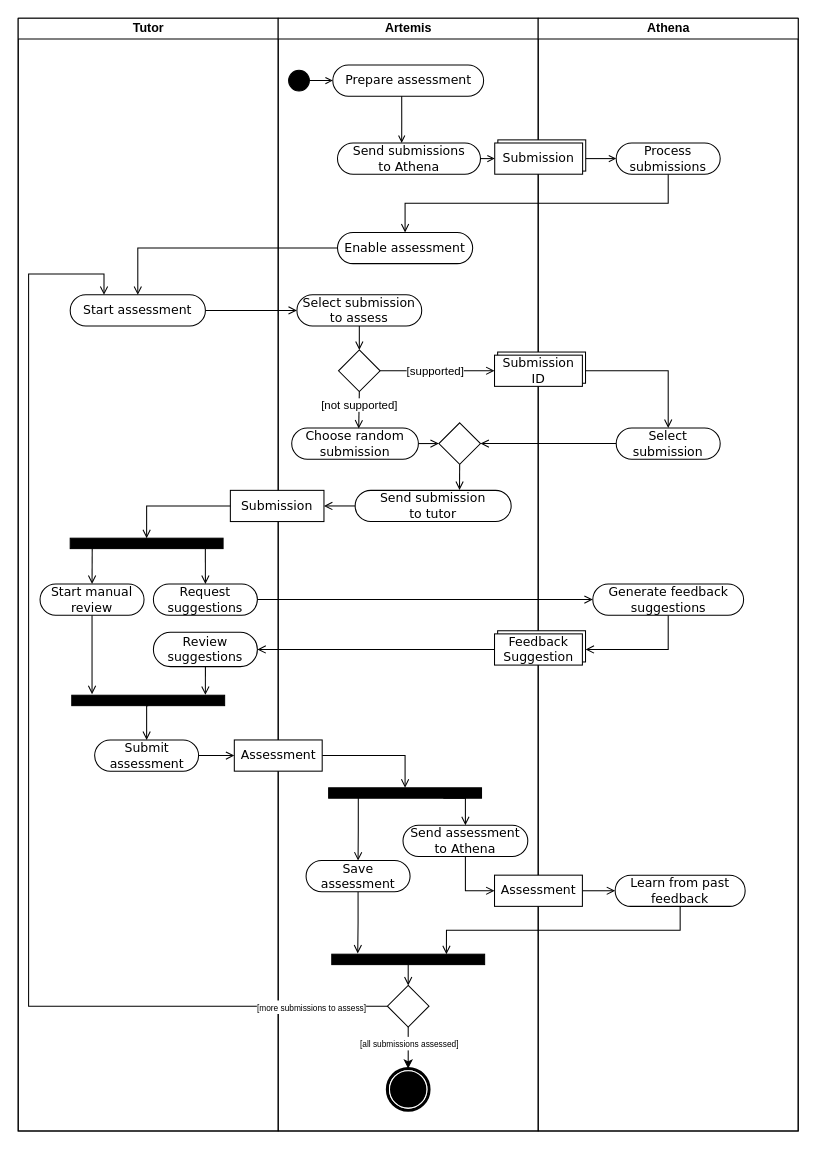
Earlier version of the draw.io diagram page "full" (1 of 2) of figures/src/activity-diagram.drawio (pal03377/master-thesis). Source tidied: cells renumbered, new cells numbered last; positions are measured from the earlier drawing's top-left corner, leaving out a move shared by most shapes. Both pictures are drawn from the tidied source at 104%, with x=0, y=0 at pixel (18, 18).
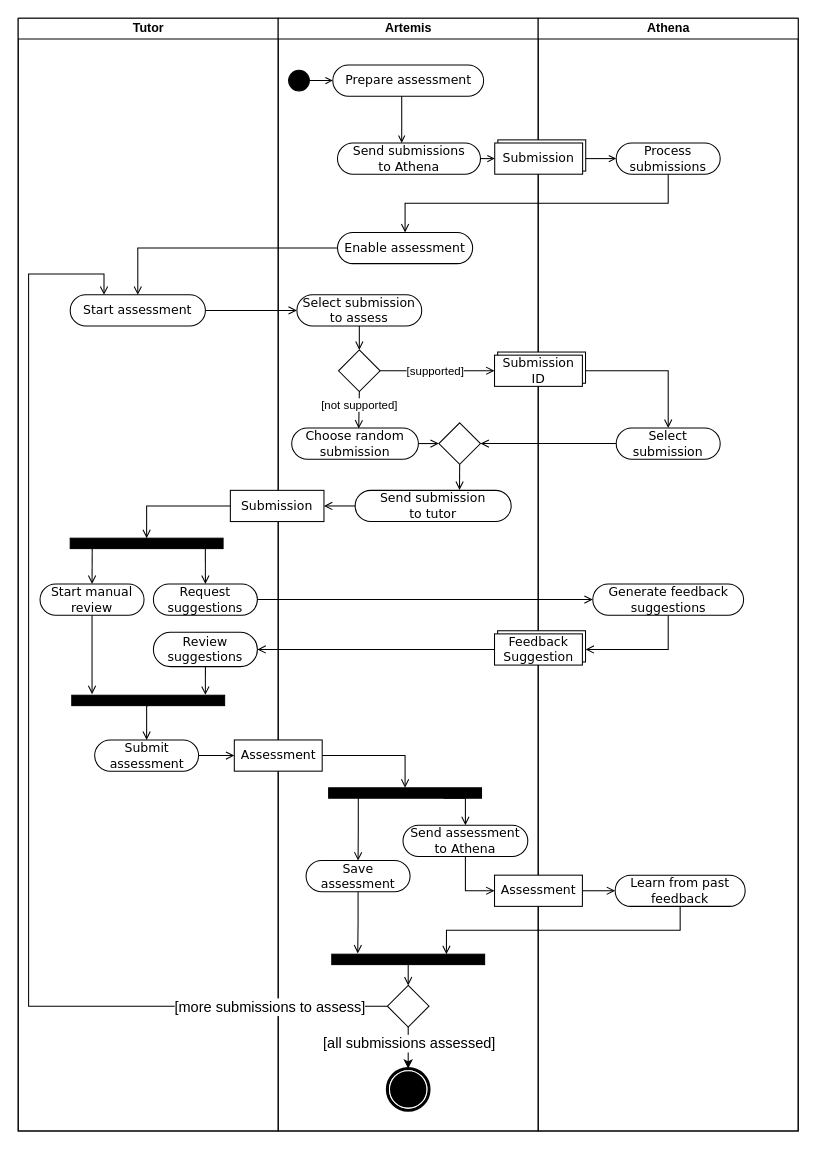
The same diagram, later.

Unchanged cells that the change refers to:
```xml
<mxCell id="41" style="edgeStyle=orthogonalEdgeStyle;rounded=0;jettySize=auto;html=1;exitX=0.5;exitY=1;exitDx=0;exitDy=0;entryX=0.5;entryY=0;entryDx=0;entryDy=0;" parent="17" edge="1" source="43" target="44">
  <mxGeometry relative="1" as="geometry" />
</mxCell>
<mxCell id="58" style="edgeStyle=orthogonalEdgeStyle;rounded=0;jettySize=auto;html=1;exitX=0;exitY=0.5;exitDx=0;exitDy=0;entryX=0.25;entryY=0;entryDx=0;entryDy=0;endArrow=open;endFill=0;" parent="2" edge="1" source="43" target="5">
  <mxGeometry relative="1" as="geometry">
    <Array as="points">
      <mxPoint x="10" y="950" />
      <mxPoint x="10" y="246" />
      <mxPoint x="83" y="246" />
    </Array>
  </mxGeometry>
</mxCell>
```

Diff of the diagram source:
```diff
@@
-    <mxCell id="42" value="&lt;font style=&quot;font-size: 8px;&quot;&gt;[all submissions assessed]&lt;/font&gt;" style="edgeLabel;html=1;align=center;verticalAlign=middle;" parent="41" vertex="1">
+    <mxCell id="42" value="&lt;font style=&quot;font-size: 14px;&quot;&gt;[all submissions assessed]&lt;/font&gt;" style="edgeLabel;html=1;align=center;verticalAlign=middle;fontSize=14;" parent="41" vertex="1">
       <mxGeometry x="-0.24" relative="1" as="geometry" />
     </mxCell>
@@
-    <mxCell id="59" value="&lt;font style=&quot;font-size: 8px;&quot;&gt;[more submissions to assess]&lt;/font&gt;" style="edgeLabel;html=1;align=center;verticalAlign=middle;" parent="58" vertex="1">
+    <mxCell id="59" value="&lt;font style=&quot;font-size: 14px;&quot;&gt;[more submissions to assess]&lt;/font&gt;" style="edgeLabel;html=1;align=center;verticalAlign=middle;fontSize=14;" parent="58" vertex="1">
       <mxGeometry x="-0.87" y="1" relative="1" as="geometry">
-        <mxPoint y="-1" as="offset" />
+        <mxPoint x="-40" y="-1" as="offset" />
       </mxGeometry>
     </mxCell>
```
